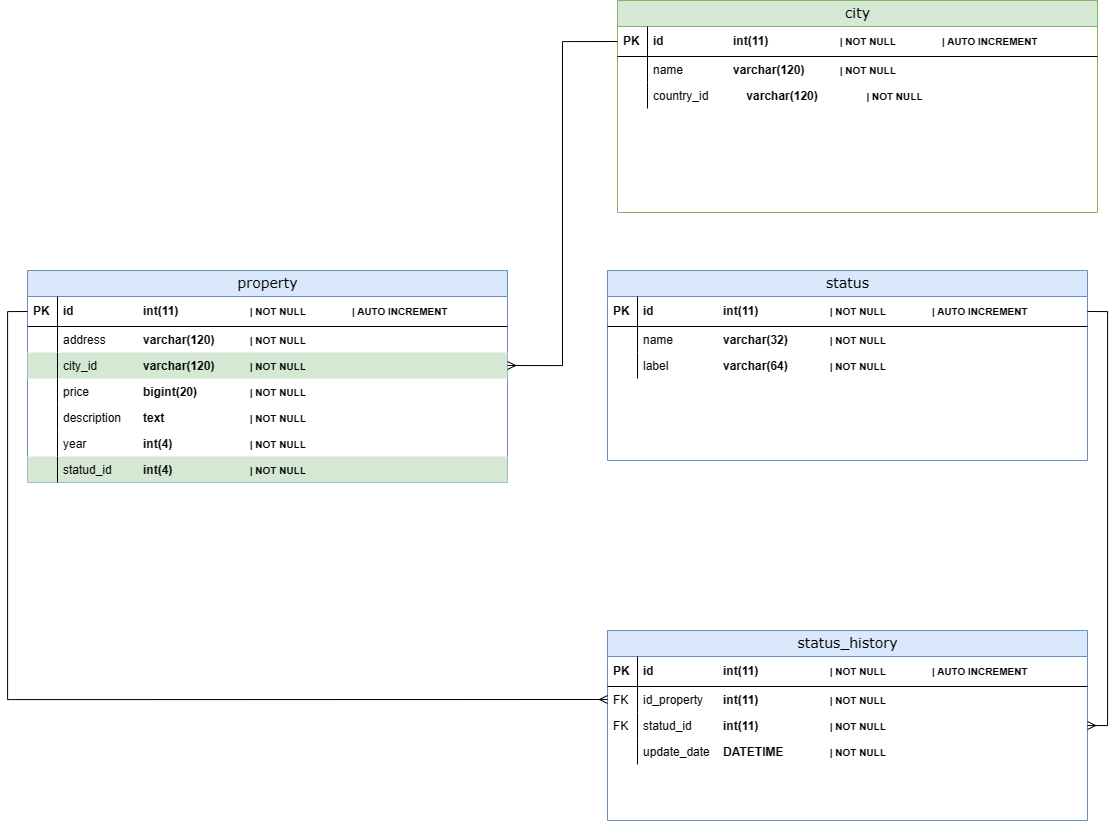
Walbert29/property-inventory-backend keeps this draw.io diagram as resources/improve-model.png. Above is the earlier version. Source tidied: cells renumbered, new cells last; positions are measured from the earlier drawing's top-left corner, leaving out a move shared by most shapes.
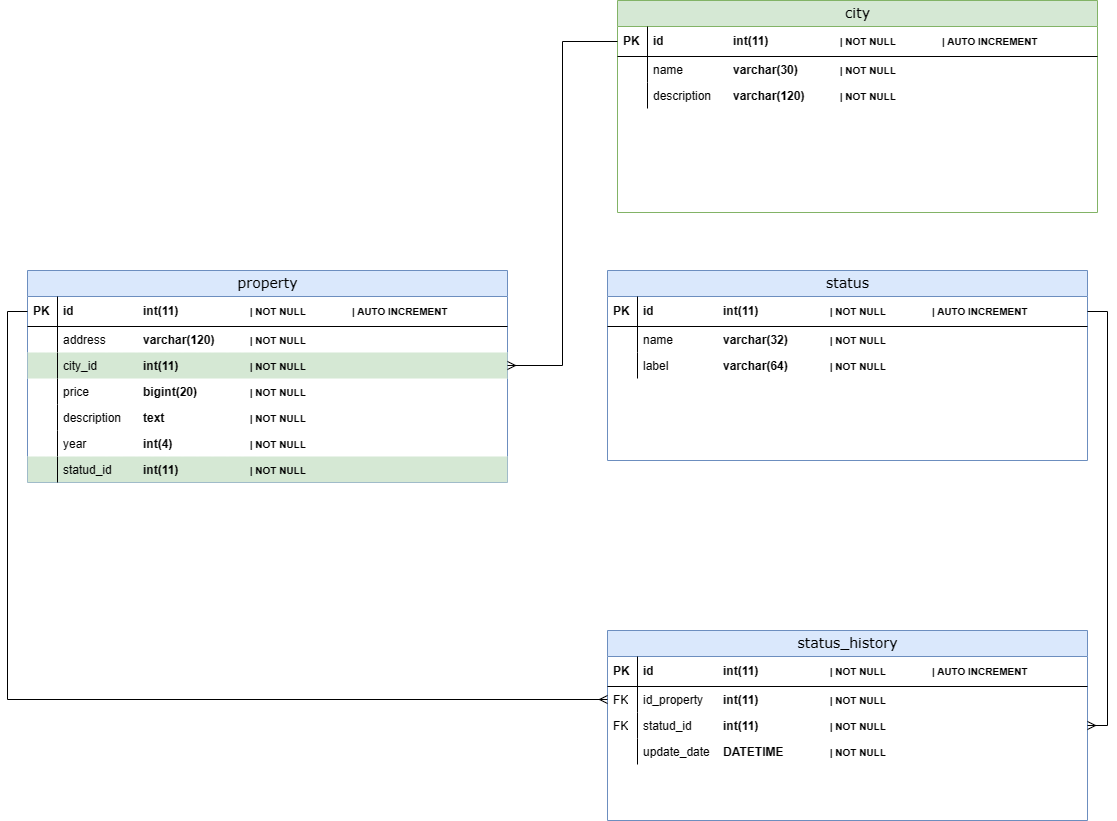
After the change.

Commit message:
doc: Add suggested enhancements to the current model

Diff of the diagram source:
```diff
@@ -17,7 +17,7 @@
     <mxCell id="6" style="shape=partialRectangle;top=0;left=0;bottom=0;html=1;fillColor=none;align=left;verticalAlign=top;spacingLeft=4;spacingRight=4;whiteSpace=wrap;overflow=hidden;" parent="5" vertex="1">
       <mxGeometry width="30" height="26" as="geometry" />
     </mxCell>
-    <mxCell id="7" value="city_id&lt;span style=&quot;white-space: pre;&quot;&gt;&#9;&lt;/span&gt;&lt;span style=&quot;white-space: pre;&quot;&gt;&#9;&lt;/span&gt;&lt;span style=&quot;border-color: var(--border-color); font-weight: 700;&quot;&gt;&lt;span style=&quot;&quot;&gt;varchar&lt;/span&gt;&lt;/span&gt;&lt;span style=&quot;font-weight: 700;&quot;&gt;(120)&amp;nbsp;&lt;span style=&quot;white-space: pre;&quot;&gt;&#9;&lt;/span&gt;&lt;span style=&quot;white-space: pre;&quot;&gt;&#9;&lt;/span&gt;&lt;/span&gt;&lt;font style=&quot;border-color: var(--border-color); font-weight: 700; font-size: 10px;&quot;&gt;| NOT NULL&lt;/font&gt;" style="shape=partialRectangle;top=0;left=0;right=0;bottom=0;html=1;align=left;verticalAlign=top;fillColor=#d5e8d4;spacingLeft=34;spacingRight=4;whiteSpace=wrap;overflow=hidden;points=[[0,0.5],[1,0.5]];portConstraint=eastwest;strokeColor=#82b366;" parent="2" vertex="1">
+    <mxCell id="7" value="city_id&lt;span style=&quot;white-space: pre;&quot;&gt;&#9;&lt;/span&gt;&lt;span style=&quot;white-space: pre;&quot;&gt;&#9;&lt;/span&gt;&lt;b&gt;int&lt;/b&gt;&lt;span style=&quot;font-weight: 700;&quot;&gt;(11)&amp;nbsp;&lt;span style=&quot;white-space: pre;&quot;&gt;&#9;&lt;/span&gt;&lt;span style=&quot;white-space: pre;&quot;&gt;&#9;&lt;span style=&quot;white-space: pre;&quot;&gt;&#9;&lt;/span&gt;&lt;/span&gt;&lt;/span&gt;&lt;font style=&quot;border-color: var(--border-color); font-weight: 700; font-size: 10px;&quot;&gt;| NOT NULL&lt;/font&gt;" style="shape=partialRectangle;top=0;left=0;right=0;bottom=0;html=1;align=left;verticalAlign=top;fillColor=#d5e8d4;spacingLeft=34;spacingRight=4;whiteSpace=wrap;overflow=hidden;points=[[0,0.5],[1,0.5]];portConstraint=eastwest;strokeColor=#82b366;" parent="2" vertex="1">
       <mxGeometry y="82" width="480" height="26" as="geometry" />
     </mxCell>
     <mxCell id="8" style="shape=partialRectangle;top=0;left=0;bottom=0;html=1;fillColor=none;align=left;verticalAlign=top;spacingLeft=4;spacingRight=4;whiteSpace=wrap;overflow=hidden;" parent="7" vertex="1">
@@ -41,7 +41,7 @@
     <mxCell id="14" style="shape=partialRectangle;top=0;left=0;bottom=0;html=1;fillColor=none;align=left;verticalAlign=top;spacingLeft=4;spacingRight=4;whiteSpace=wrap;overflow=hidden;" parent="13" vertex="1">
       <mxGeometry width="30" height="26" as="geometry" />
     </mxCell>
-    <mxCell id="15" value="statud_id&lt;span style=&quot;white-space: pre;&quot;&gt;&#9;&lt;span style=&quot;white-space: pre;&quot;&gt;&#9;&lt;/span&gt;&lt;/span&gt;&lt;span style=&quot;border-color: var(--border-color); font-weight: 700;&quot;&gt;&lt;span style=&quot;&quot;&gt;int&lt;/span&gt;&lt;/span&gt;&lt;span style=&quot;font-weight: 700;&quot;&gt;(4)&amp;nbsp;&lt;span style=&quot;white-space: pre;&quot;&gt;&#9;&lt;/span&gt;&lt;span style=&quot;white-space: pre;&quot;&gt;&#9;&lt;span style=&quot;white-space: pre;&quot;&gt;&#9;&lt;/span&gt;&lt;/span&gt;&lt;/span&gt;&lt;font style=&quot;border-color: var(--border-color); font-weight: 700; font-size: 10px;&quot;&gt;| NOT NULL&lt;/font&gt;" style="shape=partialRectangle;top=0;left=0;right=0;bottom=0;html=1;align=left;verticalAlign=top;fillColor=#d5e8d4;spacingLeft=34;spacingRight=4;whiteSpace=wrap;overflow=hidden;strokeColor=#82b366;" parent="2" vertex="1">
+    <mxCell id="15" value="statud_id&lt;span style=&quot;white-space: pre;&quot;&gt;&#9;&lt;span style=&quot;white-space: pre;&quot;&gt;&#9;&lt;/span&gt;&lt;/span&gt;&lt;span style=&quot;border-color: var(--border-color); font-weight: 700;&quot;&gt;&lt;span style=&quot;&quot;&gt;int&lt;/span&gt;&lt;/span&gt;&lt;span style=&quot;font-weight: 700;&quot;&gt;(11)&amp;nbsp;&lt;span style=&quot;white-space: pre;&quot;&gt;&#9;&lt;/span&gt;&lt;span style=&quot;white-space: pre;&quot;&gt;&#9;&lt;span style=&quot;white-space: pre;&quot;&gt;&#9;&lt;/span&gt;&lt;/span&gt;&lt;/span&gt;&lt;font style=&quot;border-color: var(--border-color); font-weight: 700; font-size: 10px;&quot;&gt;| NOT NULL&lt;/font&gt;" style="shape=partialRectangle;top=0;left=0;right=0;bottom=0;html=1;align=left;verticalAlign=top;fillColor=#d5e8d4;spacingLeft=34;spacingRight=4;whiteSpace=wrap;overflow=hidden;strokeColor=#82b366;" parent="2" vertex="1">
       <mxGeometry y="186" width="480" height="26" as="geometry" />
     </mxCell>
     <mxCell id="16" style="shape=partialRectangle;top=0;left=0;bottom=0;html=1;fillColor=none;align=left;verticalAlign=top;spacingLeft=4;spacingRight=4;whiteSpace=wrap;overflow=hidden;" parent="15" vertex="1">
@@ -110,13 +110,13 @@
     <mxCell id="37" value="&lt;b&gt;PK&lt;/b&gt;" style="shape=partialRectangle;top=0;left=0;bottom=0;html=1;fillColor=none;align=left;verticalAlign=middle;spacingLeft=4;spacingRight=4;whiteSpace=wrap;overflow=hidden;" parent="36" vertex="1">
       <mxGeometry width="30" height="30" as="geometry" />
     </mxCell>
-    <mxCell id="38" value="&lt;span style=&quot;border-color: var(--border-color);&quot;&gt;name&lt;span style=&quot;white-space: pre;&quot;&gt;&#9;&lt;/span&gt;&lt;b&gt;&amp;nbsp; &amp;nbsp;&amp;nbsp;&lt;/b&gt;&lt;span style=&quot;font-weight: 700; white-space: pre;&quot;&gt;&#9;&lt;/span&gt;&lt;b&gt;varchar&lt;/b&gt;&lt;/span&gt;&lt;span style=&quot;font-weight: 700;&quot;&gt;(120)&amp;nbsp;&lt;span style=&quot;white-space: pre;&quot;&gt;&#9;&lt;/span&gt;&lt;span style=&quot;white-space: pre;&quot;&gt;&#9;&lt;/span&gt;&lt;/span&gt;&lt;font style=&quot;border-color: var(--border-color); font-weight: 700; font-size: 10px;&quot;&gt;| NOT NULL&lt;/font&gt;" style="shape=partialRectangle;top=0;left=0;right=0;bottom=0;html=1;align=left;verticalAlign=top;fillColor=none;spacingLeft=34;spacingRight=4;whiteSpace=wrap;overflow=hidden;" parent="35" vertex="1">
+    <mxCell id="38" value="&lt;span style=&quot;border-color: var(--border-color);&quot;&gt;name&lt;span style=&quot;white-space: pre;&quot;&gt;&#9;&lt;/span&gt;&lt;b&gt;&amp;nbsp; &amp;nbsp;&amp;nbsp;&lt;/b&gt;&lt;span style=&quot;font-weight: 700; white-space: pre;&quot;&gt;&#9;&lt;/span&gt;&lt;b&gt;varchar&lt;/b&gt;&lt;/span&gt;&lt;span style=&quot;font-weight: 700;&quot;&gt;(30)&amp;nbsp;&lt;span style=&quot;white-space: pre;&quot;&gt;&#9;&lt;/span&gt;&lt;span style=&quot;white-space: pre;&quot;&gt;&#9;&lt;/span&gt;&lt;/span&gt;&lt;font style=&quot;border-color: var(--border-color); font-weight: 700; font-size: 10px;&quot;&gt;| NOT NULL&lt;/font&gt;" style="shape=partialRectangle;top=0;left=0;right=0;bottom=0;html=1;align=left;verticalAlign=top;fillColor=none;spacingLeft=34;spacingRight=4;whiteSpace=wrap;overflow=hidden;" parent="35" vertex="1">
       <mxGeometry y="56" width="480" height="26" as="geometry" />
     </mxCell>
     <mxCell id="39" style="shape=partialRectangle;top=0;left=0;bottom=0;html=1;fillColor=none;align=left;verticalAlign=top;spacingLeft=4;spacingRight=4;whiteSpace=wrap;overflow=hidden;" parent="38" vertex="1">
       <mxGeometry width="30" height="26" as="geometry" />
     </mxCell>
-    <mxCell id="40" value="&lt;span style=&quot;border-color: var(--border-color);&quot;&gt;country_id&lt;span style=&quot;white-space: pre;&quot;&gt;&#9;&lt;/span&gt;&lt;b&gt;&amp;nbsp; &amp;nbsp;&amp;nbsp;&lt;/b&gt;&lt;b&gt;varchar&lt;/b&gt;&lt;/span&gt;&lt;span style=&quot;font-weight: 700;&quot;&gt;(120)&amp;nbsp;&lt;span style=&quot;white-space: pre;&quot;&gt;&#9;&lt;/span&gt;&lt;span style=&quot;white-space: pre;&quot;&gt;&#9;&lt;/span&gt;&lt;/span&gt;&lt;font style=&quot;border-color: var(--border-color); font-weight: 700; font-size: 10px;&quot;&gt;| NOT NULL&lt;/font&gt;" style="shape=partialRectangle;top=0;left=0;right=0;bottom=0;html=1;align=left;verticalAlign=top;fillColor=none;spacingLeft=34;spacingRight=4;whiteSpace=wrap;overflow=hidden;" parent="35" vertex="1">
+    <mxCell id="40" value="&lt;span style=&quot;border-color: var(--border-color);&quot;&gt;description&lt;span style=&quot;white-space: pre;&quot;&gt;&#9;&lt;/span&gt;&lt;b&gt;varchar&lt;/b&gt;&lt;/span&gt;&lt;span style=&quot;font-weight: 700;&quot;&gt;(120)&amp;nbsp;&lt;span style=&quot;white-space: pre;&quot;&gt;&#9;&lt;/span&gt;&lt;span style=&quot;white-space: pre;&quot;&gt;&#9;&lt;/span&gt;&lt;/span&gt;&lt;font style=&quot;border-color: var(--border-color); font-weight: 700; font-size: 10px;&quot;&gt;| NOT NULL&lt;/font&gt;" style="shape=partialRectangle;top=0;left=0;right=0;bottom=0;html=1;align=left;verticalAlign=top;fillColor=none;spacingLeft=34;spacingRight=4;whiteSpace=wrap;overflow=hidden;" parent="35" vertex="1">
       <mxGeometry y="82" width="480" height="26" as="geometry" />
     </mxCell>
     <mxCell id="41" style="shape=partialRectangle;top=0;left=0;bottom=0;html=1;fillColor=none;align=left;verticalAlign=top;spacingLeft=4;spacingRight=4;whiteSpace=wrap;overflow=hidden;" parent="40" vertex="1">
```
